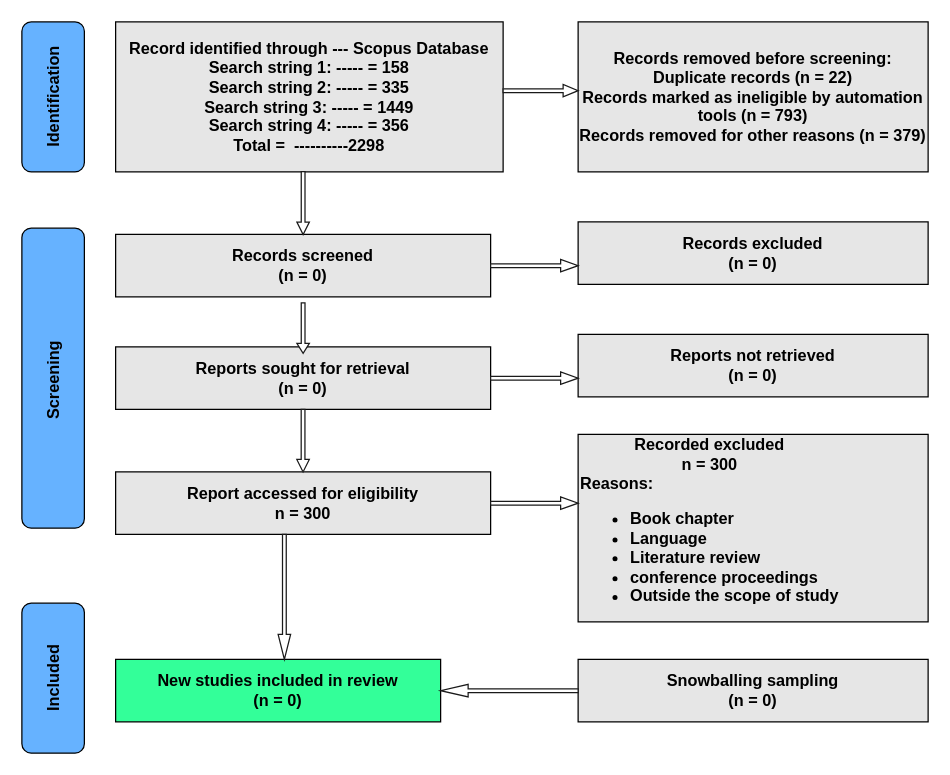
The draw.io diagram flow.drawio in yemioke/PRISMA2020, before the edit. Source tidied: cells renumbered, new cells numbered last; positions are measured from the earlier drawing's top-left corner, leaving out a move shared by most shapes. Both pictures are drawn from the tidied source at 125%, with x=0, y=0 at pixel (-98, 21).
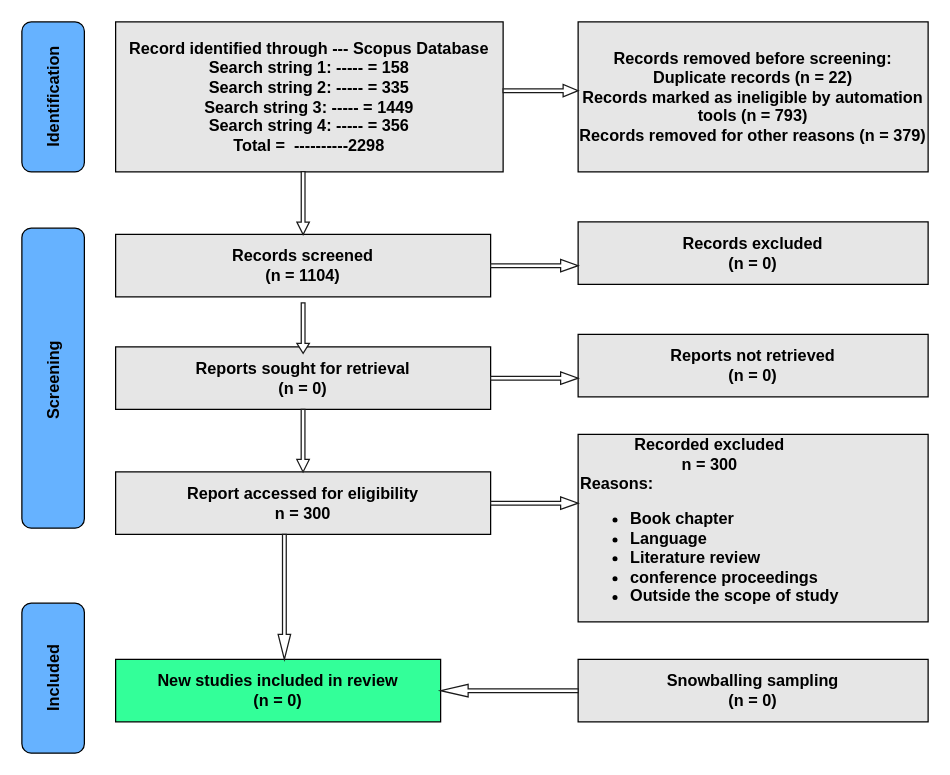
Above is the later version.

Diff of the diagram source:
```diff
@@
-    <mxCell id="3" value="&lt;div&gt;&lt;span style=&quot;font-size: 13px;&quot;&gt;&lt;b&gt;Records screened&lt;/b&gt;&lt;/span&gt;&lt;/div&gt;&lt;div&gt;&lt;span style=&quot;font-size: 13px;&quot;&gt;&lt;b&gt;(n = 0)&lt;/b&gt;&lt;/span&gt;&lt;/div&gt;" style="rounded=0;whiteSpace=wrap;html=1;fillColor=#E6E6E6;" parent="1" vertex="1">
+    <mxCell id="3" value="&lt;div&gt;&lt;span style=&quot;font-size: 13px;&quot;&gt;&lt;b&gt;Records screened&lt;/b&gt;&lt;/span&gt;&lt;/div&gt;&lt;div&gt;&lt;span style=&quot;font-size: 13px;&quot;&gt;&lt;b&gt;(n = 1104)&lt;/b&gt;&lt;/span&gt;&lt;/div&gt;" style="rounded=0;whiteSpace=wrap;html=1;fillColor=#E6E6E6;" parent="1" vertex="1">
       <mxGeometry x="170" y="170" width="300" height="50" as="geometry" />
     </mxCell>
```
